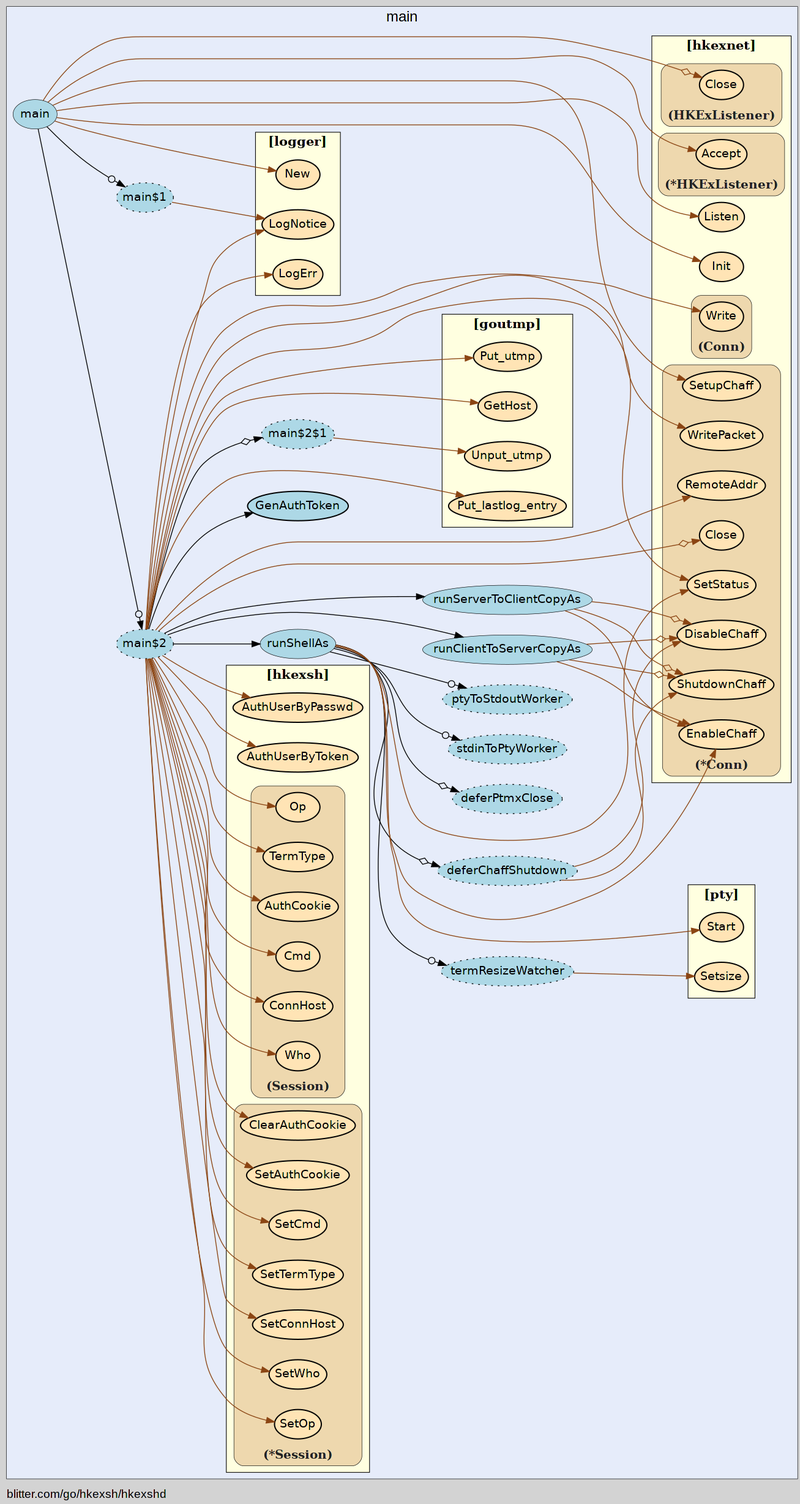
Earlier version of the Graphviz export hkexshd/hkexshd-vis.gv.png (isgasho/xs). Its source is kept beside it as hkexshd/hkexshd-vis.gv.
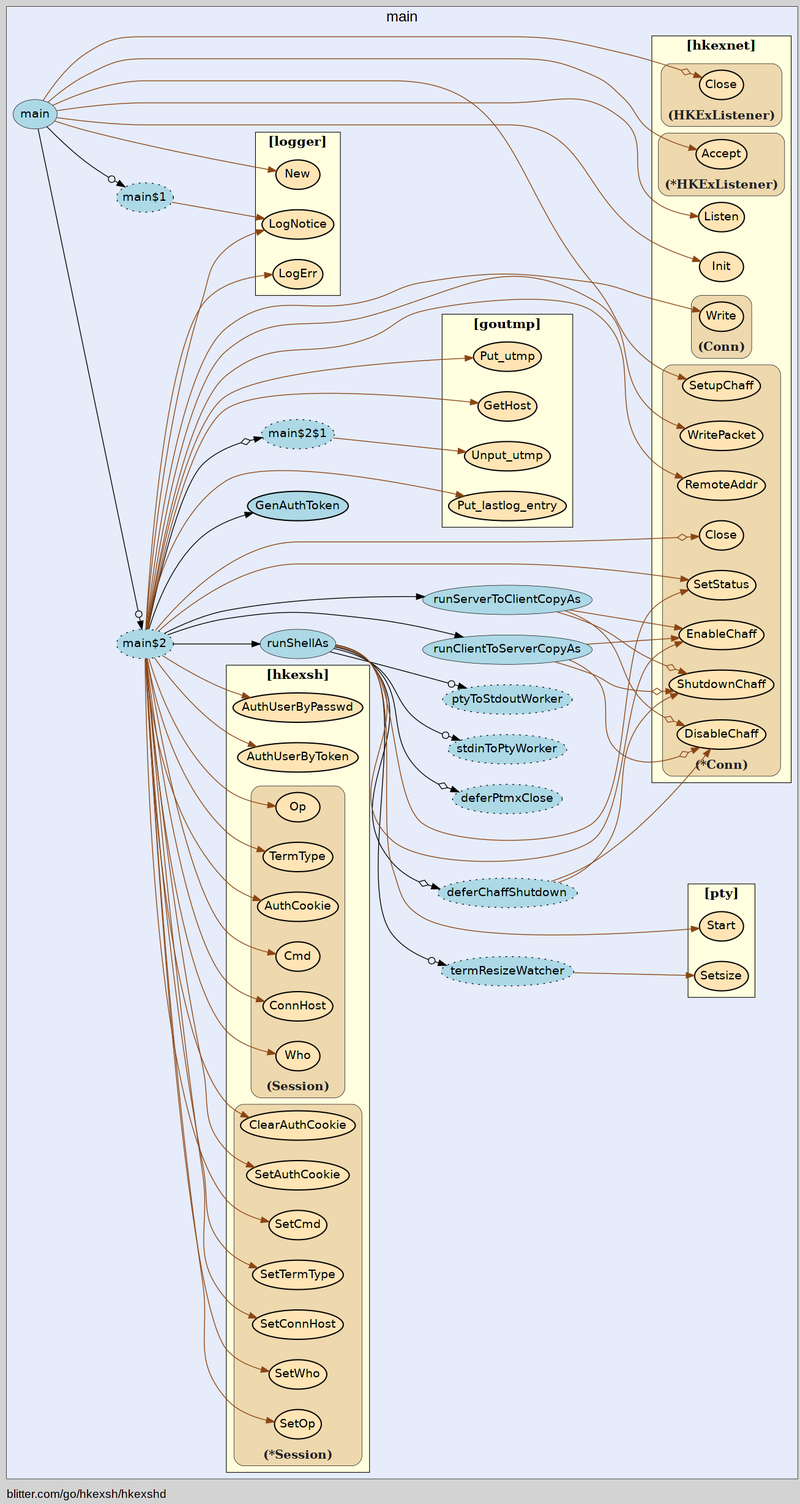
The same diagram one commit later.

Commit message:
Moved herradurakex to its own package

Diff of the diagram source:
```diff
@@ -14,56 +14,56 @@
     edge [minlen="2"]
 
     subgraph "cluster_focus" {
-        label="main";
+        bgcolor="#e6ecfa";
+label="main";
 labelloc="t";
 labeljust="c";
 fontsize="18";
-bgcolor="#e6ecfa";
 
-        "blitter.com/go/hkexsh/hkexshd.main" [ fillcolor="lightblue" label="main" penwidth="0.5" ]
-        "blitter.com/go/hkexsh/hkexshd.main$1" [ fillcolor="lightblue" label="main$1" style="dotted,filled" ]
-        "blitter.com/go/hkexsh/hkexshd.main$2" [ label="main$2" style="dotted,filled" fillcolor="lightblue" ]
-        "blitter.com/go/hkexsh/hkexshd.GenAuthToken" [ fillcolor="lightblue" label="GenAuthToken" penwidth="1.5" ]
         "blitter.com/go/hkexsh/hkexshd.runShellAs" [ fillcolor="lightblue" label="runShellAs" penwidth="0.5" ]
-        "blitter.com/go/hkexsh/hkexshd.runShellAs$1" [ fillcolor="lightblue" label="deferPtmxClose" style="dotted,filled" ]
+        "blitter.com/go/hkexsh/hkexshd.runShellAs$1" [ style="dotted,filled" fillcolor="lightblue" label="deferPtmxClose" ]
         "blitter.com/go/hkexsh/hkexshd.runShellAs$2" [ fillcolor="lightblue" label="termResizeWatcher" style="dotted,filled" ]
         "blitter.com/go/hkexsh/hkexshd.runShellAs$3" [ fillcolor="lightblue" label="stdinToPtyWorker" style="dotted,filled" ]
         "blitter.com/go/hkexsh/hkexshd.runShellAs$4" [ fillcolor="lightblue" label="deferChaffShutdown" style="dotted,filled" ]
-        "blitter.com/go/hkexsh/hkexshd.runShellAs$5" [ style="dotted,filled" fillcolor="lightblue" label="ptyToStdoutWorker" ]
-        "blitter.com/go/hkexsh/hkexshd.main$2$1" [ style="dotted,filled" fillcolor="lightblue" label="main$2$1" ]
-        "blitter.com/go/hkexsh/hkexshd.runClientToServerCopyAs" [ penwidth="0.5" fillcolor="lightblue" label="runClientToServerCopyAs" ]
+        "blitter.com/go/hkexsh/hkexshd.runShellAs$5" [ fillcolor="lightblue" label="ptyToStdoutWorker" style="dotted,filled" ]
+        "blitter.com/go/hkexsh/hkexshd.main$1" [ fillcolor="lightblue" label="main$1" style="dotted,filled" ]
+        "blitter.com/go/hkexsh/hkexshd.main" [ fillcolor="lightblue" label="main" penwidth="0.5" ]
+        "blitter.com/go/hkexsh/hkexshd.main$2" [ style="dotted,filled" fillcolor="lightblue" label="main$2" ]
+        "blitter.com/go/hkexsh/hkexshd.GenAuthToken" [ fillcolor="lightblue" label="GenAuthToken" penwidth="1.5" ]
+        "blitter.com/go/hkexsh/hkexshd.main$2$1" [ fillcolor="lightblue" label="main$2$1" style="dotted,filled" ]
+        "blitter.com/go/hkexsh/hkexshd.runClientToServerCopyAs" [ fillcolor="lightblue" label="runClientToServerCopyAs" penwidth="0.5" ]
         "blitter.com/go/hkexsh/hkexshd.runServerToClientCopyAs" [ fillcolor="lightblue" label="runServerToClientCopyAs" penwidth="0.5" ]
 
         subgraph "cluster_blitter.com/go/goutmp" {
-        style="filled";
+        penwidth="0.8";
+fontname="bold";
+label="[goutmp]";
+URL="/?f=blitter.com/go/goutmp";
+fontsize="16";
+style="filled";
 fillcolor="lightyellow";
 rank="sink";
-label="[goutmp]";
-URL="/?f=blitter.com/go/goutmp";
 tooltip="package: blitter.com/go/goutmp";
-fontsize="16";
-fontname="bold";
-penwidth="0.8";
 
         "blitter.com/go/goutmp.GetHost" [ fillcolor="moccasin" label="GetHost" penwidth="1.5" ]
         "blitter.com/go/goutmp.Put_utmp" [ fillcolor="moccasin" label="Put_utmp" penwidth="1.5" ]
-        "blitter.com/go/goutmp.Unput_utmp" [ label="Unput_utmp" penwidth="1.5" fillcolor="moccasin" ]
-        "blitter.com/go/goutmp.Put_lastlog_entry" [ fillcolor="moccasin" label="Put_lastlog_entry" penwidth="1.5" ]
+        "blitter.com/go/goutmp.Unput_utmp" [ fillcolor="moccasin" label="Unput_utmp" penwidth="1.5" ]
+        "blitter.com/go/goutmp.Put_lastlog_entry" [ label="Put_lastlog_entry" penwidth="1.5" fillcolor="moccasin" ]
 
     }
 
         subgraph "cluster_blitter.com/go/hkexsh" {
-        style="filled";
-fillcolor="lightyellow";
+        fillcolor="lightyellow";
+tooltip="package: blitter.com/go/hkexsh";
+penwidth="0.8";
+fontsize="16";
+style="filled";
 fontname="bold";
 rank="sink";
-penwidth="0.8";
-fontsize="16";
 label="[hkexsh]";
 URL="/?f=blitter.com/go/hkexsh";
-tooltip="package: blitter.com/go/hkexsh";
 
-        "blitter.com/go/hkexsh.AuthUserByToken" [ fillcolor="moccasin" label="AuthUserByToken" penwidth="1.5" ]
+        "blitter.com/go/hkexsh.AuthUserByToken" [ label="AuthUserByToken" penwidth="1.5" fillcolor="moccasin" ]
         "blitter.com/go/hkexsh.AuthUserByPasswd" [ fillcolor="moccasin" label="AuthUserByPasswd" penwidth="1.5" ]
 
         subgraph "cluster_*blitter.com/go/hkexsh.Session" {
@@ -77,29 +77,29 @@
 tooltip="type: *blitter.com/go/hkexsh.Session";
 
         "(*blitter.com/go/hkexsh.Session).SetOp" [ fillcolor="moccasin" label="SetOp" penwidth="1.5" ]
-        "(*blitter.com/go/hkexsh.Session).SetWho" [ fillcolor="moccasin" label="SetWho" penwidth="1.5" ]
-        "(*blitter.com/go/hkexsh.Session).SetConnHost" [ penwidth="1.5" fillcolor="moccasin" label="SetConnHost" ]
-        "(*blitter.com/go/hkexsh.Session).SetTermType" [ fillcolor="moccasin" label="SetTermType" penwidth="1.5" ]
-        "(*blitter.com/go/hkexsh.Session).SetCmd" [ fillcolor="moccasin" label="SetCmd" penwidth="1.5" ]
-        "(*blitter.com/go/hkexsh.Session).SetAuthCookie" [ fillcolor="moccasin" label="SetAuthCookie" penwidth="1.5" ]
-        "(*blitter.com/go/hkexsh.Session).ClearAuthCookie" [ label="ClearAuthCookie" penwidth="1.5" fillcolor="moccasin" ]
+        "(*blitter.com/go/hkexsh.Session).SetWho" [ label="SetWho" penwidth="1.5" fillcolor="moccasin" ]
+        "(*blitter.com/go/hkexsh.Session).SetConnHost" [ fillcolor="moccasin" label="SetConnHost" penwidth="1.5" ]
+        "(*blitter.com/go/hkexsh.Session).SetTermType" [ label="SetTermType" penwidth="1.5" fillcolor="moccasin" ]
+        "(*blitter.com/go/hkexsh.Session).SetCmd" [ label="SetCmd" penwidth="1.5" fillcolor="moccasin" ]
+        "(*blitter.com/go/hkexsh.Session).SetAuthCookie" [ label="SetAuthCookie" penwidth="1.5" fillcolor="moccasin" ]
+        "(*blitter.com/go/hkexsh.Session).ClearAuthCookie" [ fillcolor="moccasin" label="ClearAuthCookie" penwidth="1.5" ]
 
     }
 
         subgraph "cluster_blitter.com/go/hkexsh.Session" {
-        style="rounded,filled";
-fillcolor="wheat2";
-label="(Session)";
+        label="(Session)";
 tooltip="type: blitter.com/go/hkexsh.Session";
 penwidth="0.5";
 fontsize="15";
 fontcolor="#222222";
 labelloc="b";
+style="rounded,filled";
+fillcolor="wheat2";
 
-        "(blitter.com/go/hkexsh.Session).Op" [ fillcolor="moccasin" label="Op" penwidth="1.5" ]
-        "(blitter.com/go/hkexsh.Session).Who" [ penwidth="1.5" fillcolor="moccasin" label="Who" ]
-        "(blitter.com/go/hkexsh.Session).ConnHost" [ fillcolor="moccasin" label="ConnHost" penwidth="1.5" ]
-        "(blitter.com/go/hkexsh.Session).Cmd" [ label="Cmd" penwidth="1.5" fillcolor="moccasin" ]
+        "(blitter.com/go/hkexsh.Session).Op" [ penwidth="1.5" fillcolor="moccasin" label="Op" ]
+        "(blitter.com/go/hkexsh.Session).Who" [ fillcolor="moccasin" label="Who" penwidth="1.5" ]
+        "(blitter.com/go/hkexsh.Session).ConnHost" [ label="ConnHost" penwidth="1.5" fillcolor="moccasin" ]
+        "(blitter.com/go/hkexsh.Session).Cmd" [ fillcolor="moccasin" label="Cmd" penwidth="1.5" ]
         "(blitter.com/go/hkexsh.Session).AuthCookie" [ fillcolor="moccasin" label="AuthCookie" penwidth="1.5" ]
         "(blitter.com/go/hkexsh.Session).TermType" [ fillcolor="moccasin" label="TermType" penwidth="1.5" ]
 
@@ -109,76 +109,76 @@
 
         subgraph "cluster_blitter.com/go/hkexsh/hkexnet" {
         penwidth="0.8";
-rank="sink";
-fontsize="16";
-style="filled";
 fillcolor="lightyellow";
 fontname="bold";
 label="[hkexnet]";
+fontsize="16";
+style="filled";
+rank="sink";
 URL="/?f=blitter.com/go/hkexsh/hkexnet";
 tooltip="package: blitter.com/go/hkexsh/hkexnet";
 
-        "blitter.com/go/hkexsh/hkexnet.Init" [ fillcolor="moccasin" label="Init" penwidth="1.5" ]
+        "blitter.com/go/hkexsh/hkexnet.Init" [ label="Init" penwidth="1.5" fillcolor="moccasin" ]
         "blitter.com/go/hkexsh/hkexnet.Listen" [ fillcolor="moccasin" label="Listen" penwidth="1.5" ]
 
         subgraph "cluster_*blitter.com/go/hkexsh/hkexnet.Conn" {
-        fillcolor="wheat2";
+        penwidth="0.5";
+fontsize="15";
+fontcolor="#222222";
+labelloc="b";
+style="rounded,filled";
+fillcolor="wheat2";
 label="(*Conn)";
 tooltip="type: *blitter.com/go/hkexsh/hkexnet.Conn";
+
+        "(*blitter.com/go/hkexsh/hkexnet.Conn).EnableChaff" [ fillcolor="moccasin" label="EnableChaff" penwidth="1.5" ]
+        "(*blitter.com/go/hkexsh/hkexnet.Conn).DisableChaff" [ fillcolor="moccasin" label="DisableChaff" penwidth="1.5" ]
+        "(*blitter.com/go/hkexsh/hkexnet.Conn).ShutdownChaff" [ fillcolor="moccasin" label="ShutdownChaff" penwidth="1.5" ]
+        "(*blitter.com/go/hkexsh/hkexnet.Conn).SetStatus" [ penwidth="1.5" fillcolor="moccasin" label="SetStatus" ]
+        "(*blitter.com/go/hkexsh/hkexnet.Conn).SetupChaff" [ label="SetupChaff" penwidth="1.5" fillcolor="moccasin" ]
+        "(*blitter.com/go/hkexsh/hkexnet.Conn).Close" [ fillcolor="moccasin" label="Close" penwidth="1.5" ]
+        "(*blitter.com/go/hkexsh/hkexnet.Conn).RemoteAddr" [ fillcolor="moccasin" label="RemoteAddr" penwidth="1.5" ]
+        "(*blitter.com/go/hkexsh/hkexnet.Conn).WritePacket" [ label="WritePacket" penwidth="1.5" fillcolor="moccasin" ]
+
+    }
+
+        subgraph "cluster_*blitter.com/go/hkexsh/hkexnet.HKExListener" {
+        label="(*HKExListener)";
+tooltip="type: *blitter.com/go/hkexsh/hkexnet.HKExListener";
 penwidth="0.5";
 fontsize="15";
 fontcolor="#222222";
 labelloc="b";
 style="rounded,filled";
+fillcolor="wheat2";
 
-        "(*blitter.com/go/hkexsh/hkexnet.Conn).SetupChaff" [ fillcolor="moccasin" label="SetupChaff" penwidth="1.5" ]
-        "(*blitter.com/go/hkexsh/hkexnet.Conn).Close" [ fillcolor="moccasin" label="Close" penwidth="1.5" ]
-        "(*blitter.com/go/hkexsh/hkexnet.Conn).RemoteAddr" [ label="RemoteAddr" penwidth="1.5" fillcolor="moccasin" ]
-        "(*blitter.com/go/hkexsh/hkexnet.Conn).EnableChaff" [ fillcolor="moccasin" label="EnableChaff" penwidth="1.5" ]
-        "(*blitter.com/go/hkexsh/hkexnet.Conn).DisableChaff" [ fillcolor="moccasin" label="DisableChaff" penwidth="1.5" ]
-        "(*blitter.com/go/hkexsh/hkexnet.Conn).ShutdownChaff" [ fillcolor="moccasin" label="ShutdownChaff" penwidth="1.5" ]
-        "(*blitter.com/go/hkexsh/hkexnet.Conn).SetStatus" [ fillcolor="moccasin" label="SetStatus" penwidth="1.5" ]
-        "(*blitter.com/go/hkexsh/hkexnet.Conn).WritePacket" [ fillcolor="moccasin" label="WritePacket" penwidth="1.5" ]
+        "(*blitter.com/go/hkexsh/hkexnet.HKExListener).Accept" [ fillcolor="moccasin" label="Accept" penwidth="1.5" ]
 
     }
 
-        subgraph "cluster_*blitter.com/go/hkexsh/hkexnet.HKExListener" {
-        style="rounded,filled";
-fillcolor="wheat2";
-label="(*HKExListener)";
-tooltip="type: *blitter.com/go/hkexsh/hkexnet.HKExListener";
+        subgraph "cluster_blitter.com/go/hkexsh/hkexnet.Conn" {
+        label="(Conn)";
+tooltip="type: blitter.com/go/hkexsh/hkexnet.Conn";
 penwidth="0.5";
 fontsize="15";
 fontcolor="#222222";
 labelloc="b";
-
-        "(*blitter.com/go/hkexsh/hkexnet.HKExListener).Accept" [ penwidth="1.5" fillcolor="moccasin" label="Accept" ]
-
-    }
-
-        subgraph "cluster_blitter.com/go/hkexsh/hkexnet.Conn" {
-        fontcolor="#222222";
-labelloc="b";
 style="rounded,filled";
 fillcolor="wheat2";
-label="(Conn)";
-tooltip="type: blitter.com/go/hkexsh/hkexnet.Conn";
-penwidth="0.5";
-fontsize="15";
 
         "(blitter.com/go/hkexsh/hkexnet.Conn).Write" [ penwidth="1.5" fillcolor="moccasin" label="Write" ]
 
     }
 
         subgraph "cluster_blitter.com/go/hkexsh/hkexnet.HKExListener" {
-        penwidth="0.5";
-fontsize="15";
-fontcolor="#222222";
+        fontcolor="#222222";
 labelloc="b";
 style="rounded,filled";
 fillcolor="wheat2";
 label="(HKExListener)";
 tooltip="type: blitter.com/go/hkexsh/hkexnet.HKExListener";
+penwidth="0.5";
+fontsize="15";
 
         "(blitter.com/go/hkexsh/hkexnet.HKExListener).Close" [ fillcolor="moccasin" label="Close" penwidth="1.5" ]
 
@@ -187,43 +187,54 @@
     }
 
         subgraph "cluster_blitter.com/go/hkexsh/logger" {
-        tooltip="package: blitter.com/go/hkexsh/logger";
+        rank="sink";
+URL="/?f=blitter.com/go/hkexsh/logger";
 penwidth="0.8";
 fontsize="16";
+fillcolor="lightyellow";
+tooltip="package: blitter.com/go/hkexsh/logger";
 style="filled";
-fillcolor="lightyellow";
 fontname="bold";
-rank="sink";
 label="[logger]";
-URL="/?f=blitter.com/go/hkexsh/logger";
 
+        "blitter.com/go/hkexsh/logger.LogNotice" [ penwidth="1.5" fillcolor="moccasin" label="LogNotice" ]
         "blitter.com/go/hkexsh/logger.New" [ penwidth="1.5" fillcolor="moccasin" label="New" ]
-        "blitter.com/go/hkexsh/logger.LogNotice" [ fillcolor="moccasin" label="LogNotice" penwidth="1.5" ]
         "blitter.com/go/hkexsh/logger.LogErr" [ fillcolor="moccasin" label="LogErr" penwidth="1.5" ]
 
     }
 
         subgraph "cluster_github.com/kr/pty" {
-        penwidth="0.8";
-fontsize="16";
-fillcolor="lightyellow";
+        fontsize="16";
+style="filled";
+fontname="bold";
 rank="sink";
 label="[pty]";
+tooltip="package: github.com/kr/pty";
+penwidth="0.8";
+fillcolor="lightyellow";
 URL="/?f=github.com/kr/pty";
-style="filled";
-fontname="bold";
-tooltip="package: github.com/kr/pty";
 
         "github.com/kr/pty.Start" [ fillcolor="moccasin" label="Start" penwidth="1.5" ]
-        "github.com/kr/pty.Setsize" [ fillcolor="moccasin" label="Setsize" penwidth="1.5" ]
+        "github.com/kr/pty.Setsize" [ penwidth="1.5" fillcolor="moccasin" label="Setsize" ]
 
     }
 
     }
 
+    "blitter.com/go/hkexsh/hkexshd.runShellAs" -> "github.com/kr/pty.Start" [ color="saddlebrown" ]
+    "blitter.com/go/hkexsh/hkexshd.runShellAs" -> "blitter.com/go/hkexsh/hkexshd.runShellAs$1" [ arrowhead="normalnoneodiamond" ]
+    "blitter.com/go/hkexsh/hkexshd.runShellAs$2" -> "github.com/kr/pty.Setsize" [ color="saddlebrown" ]
+    "blitter.com/go/hkexsh/hkexshd.runShellAs" -> "blitter.com/go/hkexsh/hkexshd.runShellAs$2" [ arrowhead="normalnoneodot" ]
+    "blitter.com/go/hkexsh/hkexshd.runShellAs" -> "blitter.com/go/hkexsh/hkexshd.runShellAs$3" [ arrowhead="normalnoneodot" ]
+    "blitter.com/go/hkexsh/hkexshd.runShellAs" -> "(*blitter.com/go/hkexsh/hkexnet.Conn).EnableChaff" [ color="saddlebrown" ]
+    "blitter.com/go/hkexsh/hkexshd.runShellAs$4" -> "(*blitter.com/go/hkexsh/hkexnet.Conn).DisableChaff" [ color="saddlebrown" ]
+    "blitter.com/go/hkexsh/hkexshd.runShellAs$4" -> "(*blitter.com/go/hkexsh/hkexnet.Conn).ShutdownChaff" [ color="saddlebrown" ]
+    "blitter.com/go/hkexsh/hkexshd.runShellAs" -> "blitter.com/go/hkexsh/hkexshd.runShellAs$4" [ arrowhead="normalnoneodiamond" ]
+    "blitter.com/go/hkexsh/hkexshd.runShellAs" -> "blitter.com/go/hkexsh/hkexshd.runShellAs$5" [ arrowhead="normalnoneodot" ]
+    "blitter.com/go/hkexsh/hkexshd.runShellAs" -> "(*blitter.com/go/hkexsh/hkexnet.Conn).SetStatus" [ color="saddlebrown" ]
+    "blitter.com/go/hkexsh/hkexshd.main$1" -> "blitter.com/go/hkexsh/logger.LogNotice" [ color="saddlebrown" ]
     "blitter.com/go/hkexsh/hkexshd.main" -> "blitter.com/go/hkexsh/logger.New" [ color="saddlebrown" ]
     "blitter.com/go/hkexsh/hkexshd.main" -> "blitter.com/go/hkexsh/hkexnet.Init" [ color="saddlebrown" ]
-    "blitter.com/go/hkexsh/hkexshd.main$1" -> "blitter.com/go/hkexsh/logger.LogNotice" [ color="saddlebrown" ]
     "blitter.com/go/hkexsh/hkexshd.main" -> "blitter.com/go/hkexsh/hkexshd.main$1" [ arrowhead="normalnoneodot" ]
     "blitter.com/go/hkexsh/hkexshd.main" -> "blitter.com/go/hkexsh/hkexnet.Listen" [ color="saddlebrown" ]
     "blitter.com/go/hkexsh/hkexshd.main" -> "(blitter.com/go/hkexsh/hkexnet.HKExListener).Close" [ arrowhead="normalnoneodiamond" color="saddlebrown" ]
@@ -250,17 +261,6 @@
     "blitter.com/go/hkexsh/hkexshd.main$2" -> "blitter.com/go/goutmp.GetHost" [ color="saddlebrown" ]
     "blitter.com/go/hkexsh/hkexshd.main$2" -> "blitter.com/go/hkexsh/hkexshd.GenAuthToken" [  ]
     "blitter.com/go/hkexsh/hkexshd.main$2" -> "(blitter.com/go/hkexsh.Session).TermType" [ color="saddlebrown" ]
-    "blitter.com/go/hkexsh/hkexshd.runShellAs" -> "github.com/kr/pty.Start" [ color="saddlebrown" ]
-    "blitter.com/go/hkexsh/hkexshd.runShellAs" -> "blitter.com/go/hkexsh/hkexshd.runShellAs$1" [ arrowhead="normalnoneodiamond" ]
-    "blitter.com/go/hkexsh/hkexshd.runShellAs$2" -> "github.com/kr/pty.Setsize" [ color="saddlebrown" ]
-    "blitter.com/go/hkexsh/hkexshd.runShellAs" -> "blitter.com/go/hkexsh/hkexshd.runShellAs$2" [ arrowhead="normalnoneodot" ]
-    "blitter.com/go/hkexsh/hkexshd.runShellAs" -> "blitter.com/go/hkexsh/hkexshd.runShellAs$3" [ arrowhead="normalnoneodot" ]
-    "blitter.com/go/hkexsh/hkexshd.runShellAs" -> "(*blitter.com/go/hkexsh/hkexnet.Conn).EnableChaff" [ color="saddlebrown" ]
-    "blitter.com/go/hkexsh/hkexshd.runShellAs$4" -> "(*blitter.com/go/hkexsh/hkexnet.Conn).DisableChaff" [ color="saddlebrown" ]
-    "blitter.com/go/hkexsh/hkexshd.runShellAs$4" -> "(*blitter.com/go/hkexsh/hkexnet.Conn).ShutdownChaff" [ color="saddlebrown" ]
-    "blitter.com/go/hkexsh/hkexshd.runShellAs" -> "blitter.com/go/hkexsh/hkexshd.runShellAs$4" [ arrowhead="normalnoneodiamond" ]
-    "blitter.com/go/hkexsh/hkexshd.runShellAs" -> "blitter.com/go/hkexsh/hkexshd.runShellAs$5" [ arrowhead="normalnoneodot" ]
-    "blitter.com/go/hkexsh/hkexshd.runShellAs" -> "(*blitter.com/go/hkexsh/hkexnet.Conn).SetStatus" [ color="saddlebrown" ]
     "blitter.com/go/hkexsh/hkexshd.main$2" -> "blitter.com/go/hkexsh/hkexshd.runShellAs" [  ]
     "blitter.com/go/hkexsh/hkexshd.main$2" -> "blitter.com/go/hkexsh/logger.LogErr" [ color="saddlebrown" ]
     "blitter.com/go/hkexsh/hkexshd.main$2" -> "(*blitter.com/go/hkexsh/hkexnet.Conn).SetStatus" [ color="saddlebrown" ]
```
